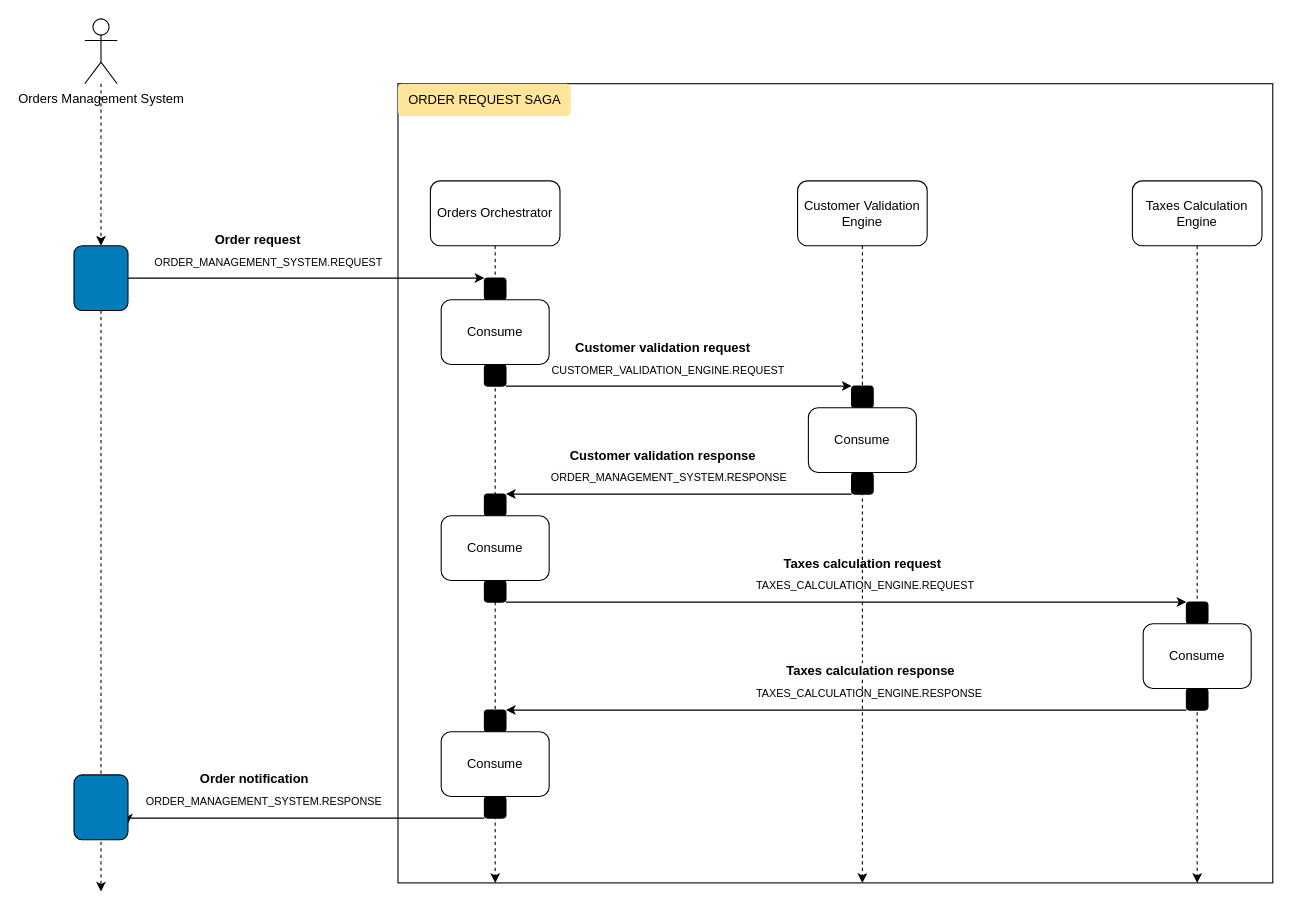
Earlier version of the draw.io diagram sagas_diagram.drawio (Igor03/kafka-sagas-demo). Source tidied: cells renumbered, new cells numbered last; positions are measured from the earlier drawing's top-left corner, leaving out a move shared by most shapes. Both pictures are drawn from the tidied source at 108%, with x=0, y=0 at pixel (73, 18).
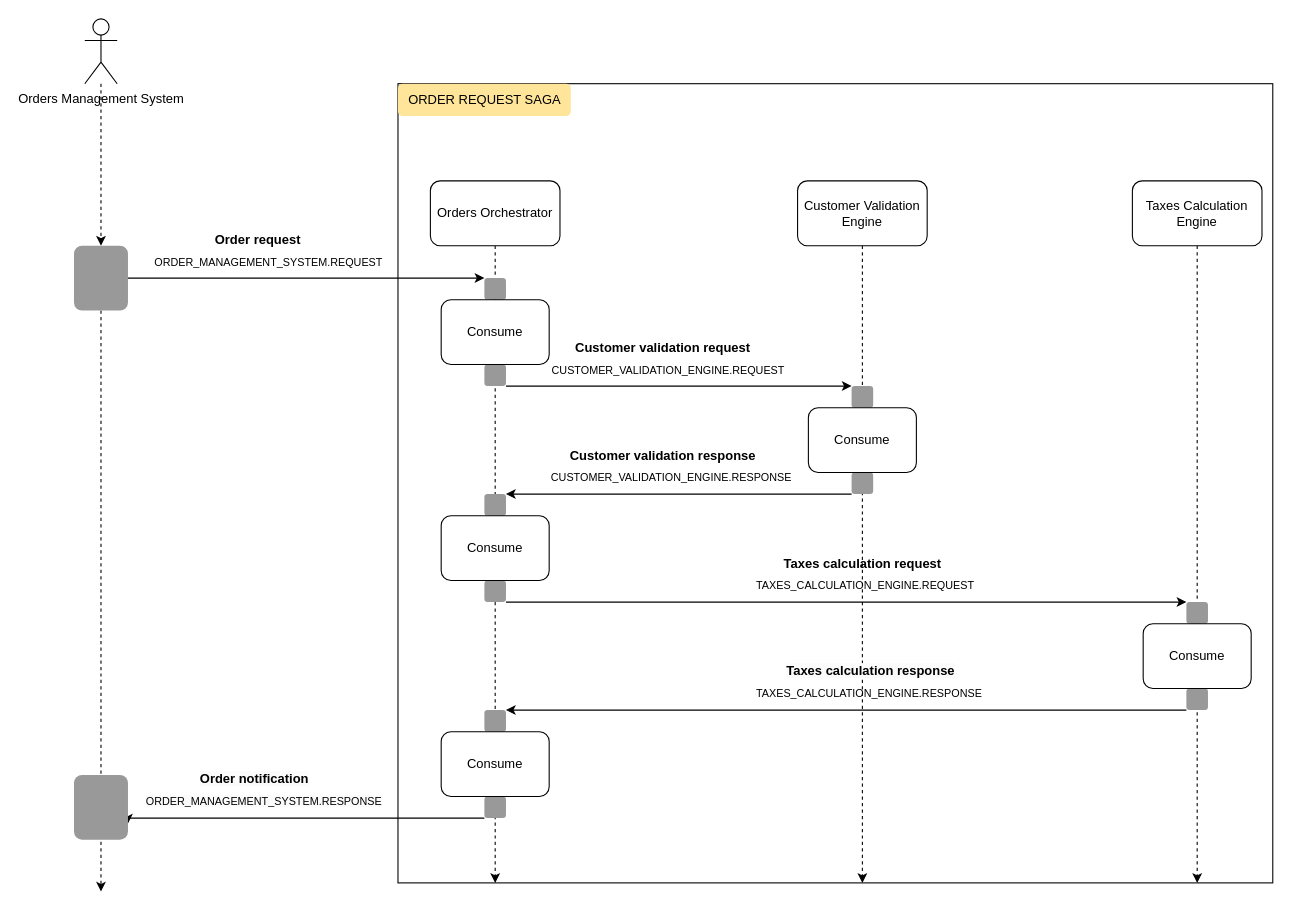
The same page after the edit.

The edit, as a diff of the source:
```diff
@@
-    <mxCell id="11" style="rounded=1;whiteSpace=wrap;html=1;fillColor=#000000;" parent="1" vertex="1">
+    <mxCell id="11" style="rounded=1;whiteSpace=wrap;html=1;fillColor=#999999;strokeColor=none;" parent="1" vertex="1">
       <mxGeometry x="380" y="320" width="20" height="20" as="geometry" />
     </mxCell>
-    <mxCell id="12" style="rounded=1;whiteSpace=wrap;html=1;fillColor=#000000;" parent="1" vertex="1">
+    <mxCell id="12" style="rounded=1;whiteSpace=wrap;html=1;fillColor=#999999;strokeColor=none;" parent="1" vertex="1">
       <mxGeometry x="380" y="240" width="20" height="20" as="geometry" />
     </mxCell>
@@
-    <mxCell id="15" style="rounded=1;whiteSpace=wrap;html=1;fillColor=#000000;" parent="1" vertex="1">
+    <mxCell id="15" style="rounded=1;whiteSpace=wrap;html=1;fillColor=#999999;strokeColor=none;" parent="1" vertex="1">
       <mxGeometry x="720" y="420" width="20" height="20" as="geometry" />
     </mxCell>
-    <mxCell id="16" style="rounded=1;whiteSpace=wrap;html=1;fillColor=#000000;" parent="1" vertex="1">
+    <mxCell id="16" style="rounded=1;whiteSpace=wrap;html=1;fillColor=#999999;strokeColor=none;" parent="1" vertex="1">
       <mxGeometry x="720" y="340" width="20" height="20" as="geometry" />
     </mxCell>
@@
-    <mxCell id="19" style="rounded=1;whiteSpace=wrap;html=1;fillColor=#000000;" parent="1" vertex="1">
+    <mxCell id="19" style="rounded=1;whiteSpace=wrap;html=1;fillColor=#999999;strokeColor=none;" parent="1" vertex="1">
       <mxGeometry x="380" y="520" width="20" height="20" as="geometry" />
     </mxCell>
-    <mxCell id="20" style="rounded=1;whiteSpace=wrap;html=1;fillColor=#000000;" parent="1" vertex="1">
+    <mxCell id="20" style="rounded=1;whiteSpace=wrap;html=1;fillColor=#999999;strokeColor=none;" parent="1" vertex="1">
       <mxGeometry x="380" y="440" width="20" height="20" as="geometry" />
     </mxCell>
@@
-    <mxCell id="23" style="rounded=1;whiteSpace=wrap;html=1;fillColor=#000000;" parent="1" vertex="1">
+    <mxCell id="23" style="rounded=1;whiteSpace=wrap;html=1;fillColor=#999999;strokeColor=none;" parent="1" vertex="1">
       <mxGeometry x="1030" y="620" width="20" height="20" as="geometry" />
     </mxCell>
-    <mxCell id="24" style="rounded=1;whiteSpace=wrap;html=1;fillColor=#000000;" parent="1" vertex="1">
+    <mxCell id="24" style="rounded=1;whiteSpace=wrap;html=1;fillColor=#999999;strokeColor=none;" parent="1" vertex="1">
       <mxGeometry x="1030" y="540" width="20" height="20" as="geometry" />
     </mxCell>
@@
-    <mxCell id="27" style="rounded=1;whiteSpace=wrap;html=1;fillColor=#000000;" parent="1" vertex="1">
+    <mxCell id="27" style="rounded=1;whiteSpace=wrap;html=1;fillColor=#999999;strokeColor=none;" parent="1" vertex="1">
       <mxGeometry x="380" y="720" width="20" height="20" as="geometry" />
     </mxCell>
-    <mxCell id="28" style="rounded=1;whiteSpace=wrap;html=1;fillColor=#000000;" parent="1" vertex="1">
+    <mxCell id="28" style="rounded=1;whiteSpace=wrap;html=1;fillColor=#999999;strokeColor=none;" parent="1" vertex="1">
       <mxGeometry x="380" y="640" width="20" height="20" as="geometry" />
     </mxCell>
@@
-    <mxCell id="30" style="rounded=1;whiteSpace=wrap;html=1;fillColor=#007cba;" parent="1" vertex="1">
+    <mxCell id="30" style="rounded=1;whiteSpace=wrap;html=1;fillColor=#999999;strokeColor=none;" parent="1" vertex="1">
       <mxGeometry y="700" width="50" height="60" as="geometry" />
     </mxCell>
@@
-    <mxCell id="38" style="rounded=1;whiteSpace=wrap;html=1;fillColor=#007cba;gradientColor=none;" parent="1" vertex="1">
+    <mxCell id="38" style="rounded=1;whiteSpace=wrap;html=1;fillColor=#999999;gradientColor=none;strokeColor=none;" parent="1" vertex="1">
       <mxGeometry y="210" width="50" height="60" as="geometry" />
     </mxCell>
@@
-    <mxCell id="43" value="&lt;span style=&quot;color: rgb(0, 0, 0); font-family: Helvetica; font-size: 10px; font-style: normal; font-variant-ligatures: normal; font-variant-caps: normal; font-weight: 400; letter-spacing: normal; orphans: 2; text-align: center; text-indent: 0px; text-transform: none; widows: 2; word-spacing: 0px; -webkit-text-stroke-width: 0px; background-color: rgb(251, 251, 251); text-decoration-thickness: initial; text-decoration-style: initial; text-decoration-color: initial; float: none; display: inline !important;&quot;&gt;ORDER_MANAGEMENT_SYSTEM.RESPONSE&lt;/span&gt;" style="text;whiteSpace=wrap;html=1;" parent="1" vertex="1">
+    <mxCell id="43" value="&lt;font style=&quot;font-size: 10px;&quot;&gt;CUSTOMER_VALIDATION_ENGINE.RESPONSE&lt;/font&gt;" style="text;whiteSpace=wrap;html=1;" parent="1" vertex="1">
       <mxGeometry x="440" y="410" width="240" height="40" as="geometry" />
     </mxCell>
```
